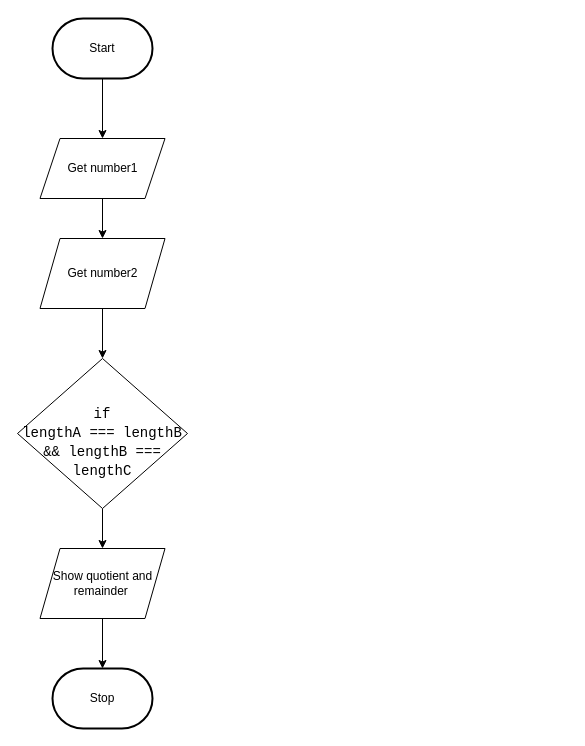
The draw.io diagram design/flowchart.drawio in MTHS-ICS2O-2-2022/ICS2O-Unit-5-08-janet-do, before the edit. Source tidied: cells renumbered, new cells numbered last; positions are measured from the earlier drawing's top-left corner, leaving out a move shared by most shapes. Both pictures are drawn from the tidied source at 100%, with x=0, y=0 at pixel (17, 18).
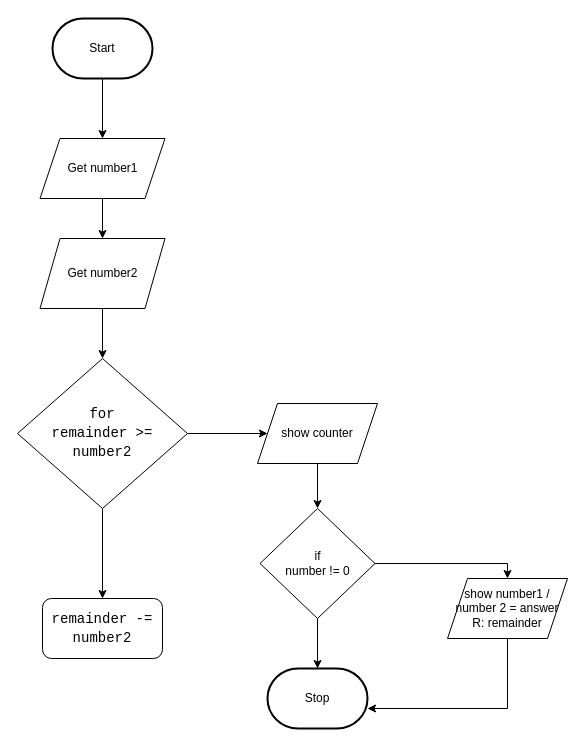
The same page after the edit.

The edit, as a diff of the source:
```diff
@@
     <mxCell id="4" value="Stop" style="strokeWidth=2;html=1;shape=mxgraph.flowchart.terminator;whiteSpace=wrap;" parent="1" vertex="1">
-      <mxGeometry x="35" y="650" width="100" height="60" as="geometry" />
+      <mxGeometry x="250" y="650" width="100" height="60" as="geometry" />
     </mxCell>
@@
-    <mxCell id="9" style="edgeStyle=orthogonalEdgeStyle;rounded=0;html=1;fontColor=#E6EDF3;" parent="1" edge="1" source="10" target="12">
+    <mxCell id="9" style="edgeStyle=orthogonalEdgeStyle;rounded=0;html=1;fontColor=#E6EDF3;entryX=0.5;entryY=0;entryDx=0;entryDy=0;" parent="1" edge="1" source="10" target="14">
       <mxGeometry relative="1" as="geometry" />
     </mxCell>
+    <mxCell id="13" style="edgeStyle=orthogonalEdgeStyle;rounded=0;html=1;entryX=0;entryY=0.5;entryDx=0;entryDy=0;" parent="1" edge="1" source="10" target="16">
+      <mxGeometry relative="1" as="geometry" />
+    </mxCell>
-    <mxCell id="10" value="&lt;div style=&quot;font-family: Consolas, &amp;quot;Courier New&amp;quot;, monospace; font-size: 14px; line-height: 19px;&quot;&gt;&lt;span style=&quot;background-color: initial;&quot;&gt;&lt;br&gt;&lt;/span&gt;&lt;/div&gt;&lt;div style=&quot;font-family: Consolas, &amp;quot;Courier New&amp;quot;, monospace; font-size: 14px; line-height: 19px;&quot;&gt;&lt;span style=&quot;background-color: initial;&quot;&gt;if&lt;/span&gt;&lt;/div&gt;&lt;div style=&quot;font-family: Consolas, &amp;quot;Courier New&amp;quot;, monospace; font-size: 14px; line-height: 19px;&quot;&gt;&lt;span style=&quot;background-color: initial;&quot;&gt;lengthA === lengthB &amp;amp;&amp;amp; lengthB === lengthC&lt;/span&gt;&lt;br&gt;&lt;/div&gt;" style="rhombus;whiteSpace=wrap;html=1;" parent="1" vertex="1">
+    <mxCell id="10" value="&lt;div style=&quot;font-family: Consolas, &amp;quot;Courier New&amp;quot;, monospace; font-size: 14px; line-height: 19px;&quot;&gt;&lt;font color=&quot;#000000&quot;&gt;for&lt;/font&gt;&lt;/div&gt;&lt;div style=&quot;font-family: Consolas, &amp;quot;Courier New&amp;quot;, monospace; font-size: 14px; line-height: 19px;&quot;&gt;&lt;div style=&quot;line-height: 19px;&quot;&gt;&lt;font style=&quot;&quot; color=&quot;#000000&quot;&gt;remainder &amp;gt;= number2&lt;/font&gt;&lt;/div&gt;&lt;/div&gt;" style="rhombus;whiteSpace=wrap;html=1;" parent="1" vertex="1">
       <mxGeometry y="340" width="170" height="150" as="geometry" />
     </mxCell>
-    <mxCell id="11" style="edgeStyle=orthogonalEdgeStyle;rounded=0;html=1;fontColor=#E6EDF3;" parent="1" edge="1" source="12" target="4">
-      <mxGeometry relative="1" as="geometry" />
-    </mxCell>
-    <mxCell id="12" value="Show quotient and remainder&amp;nbsp;" style="shape=parallelogram;perimeter=parallelogramPerimeter;whiteSpace=wrap;html=1;fixedSize=1;" parent="1" vertex="1">
-      <mxGeometry x="22.5" y="530" width="125" height="70" as="geometry" />
-    </mxCell>
+    <mxCell id="14" value="&lt;div style=&quot;font-family: Consolas, &amp;quot;Courier New&amp;quot;, monospace; font-size: 14px; line-height: 19px;&quot;&gt;&lt;font style=&quot;&quot; color=&quot;#000000&quot;&gt;remainder -= number2&lt;/font&gt;&lt;/div&gt;" style="rounded=1;whiteSpace=wrap;html=1;" parent="1" vertex="1">
+      <mxGeometry x="25" y="580" width="120" height="60" as="geometry" />
+    </mxCell>
+    <mxCell id="15" style="edgeStyle=orthogonalEdgeStyle;rounded=0;html=1;entryX=0.5;entryY=0;entryDx=0;entryDy=0;" parent="1" edge="1" source="16" target="19">
+      <mxGeometry relative="1" as="geometry" />
+    </mxCell>
+    <mxCell id="16" value="show counter" style="shape=parallelogram;perimeter=parallelogramPerimeter;whiteSpace=wrap;html=1;fixedSize=1;" parent="1" vertex="1">
+      <mxGeometry x="240" y="385" width="120" height="60" as="geometry" />
+    </mxCell>
+    <mxCell id="17" style="edgeStyle=orthogonalEdgeStyle;html=1;entryX=0.5;entryY=0;entryDx=0;entryDy=0;entryPerimeter=0;rounded=0;" parent="1" edge="1" source="19" target="4">
+      <mxGeometry relative="1" as="geometry" />
+    </mxCell>
+    <mxCell id="18" style="edgeStyle=orthogonalEdgeStyle;rounded=0;html=1;entryX=0.5;entryY=0;entryDx=0;entryDy=0;" parent="1" edge="1" source="19" target="20">
+      <mxGeometry relative="1" as="geometry" />
+    </mxCell>
+    <mxCell id="19" value="if&lt;br&gt;number != 0" style="rhombus;whiteSpace=wrap;html=1;" parent="1" vertex="1">
+      <mxGeometry x="242.5" y="490" width="115" height="110" as="geometry" />
+    </mxCell>
+    <mxCell id="20" value="show number1 / number 2 = answer R: remainder" style="shape=parallelogram;perimeter=parallelogramPerimeter;whiteSpace=wrap;html=1;fixedSize=1;" parent="1" vertex="1">
+      <mxGeometry x="430" y="560" width="120" height="60" as="geometry" />
+    </mxCell>
+    <mxCell id="21" style="endArrow=none;html=1;rounded=0;entryX=0.5;entryY=1;entryDx=0;entryDy=0;" parent="1" edge="1" target="20">
+      <mxGeometry relative="1" as="geometry">
+        <mxPoint x="490" y="690" as="sourcePoint" />
+      </mxGeometry>
+    </mxCell>
+    <mxCell id="22" style="endArrow=classic;html=1;rounded=0;edgeStyle=orthogonalEdgeStyle;" parent="1" edge="1">
+      <mxGeometry relative="1" as="geometry">
+        <mxPoint x="490" y="690" as="sourcePoint" />
+        <mxPoint x="350" y="690" as="targetPoint" />
+      </mxGeometry>
+    </mxCell>
```
